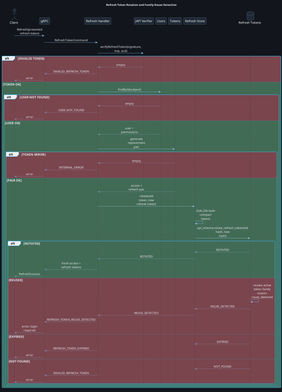
OODesigns/central-auth-service keeps this PlantUML diagram as design/authentication/RefreshRotation.png. Above is the earlier version.
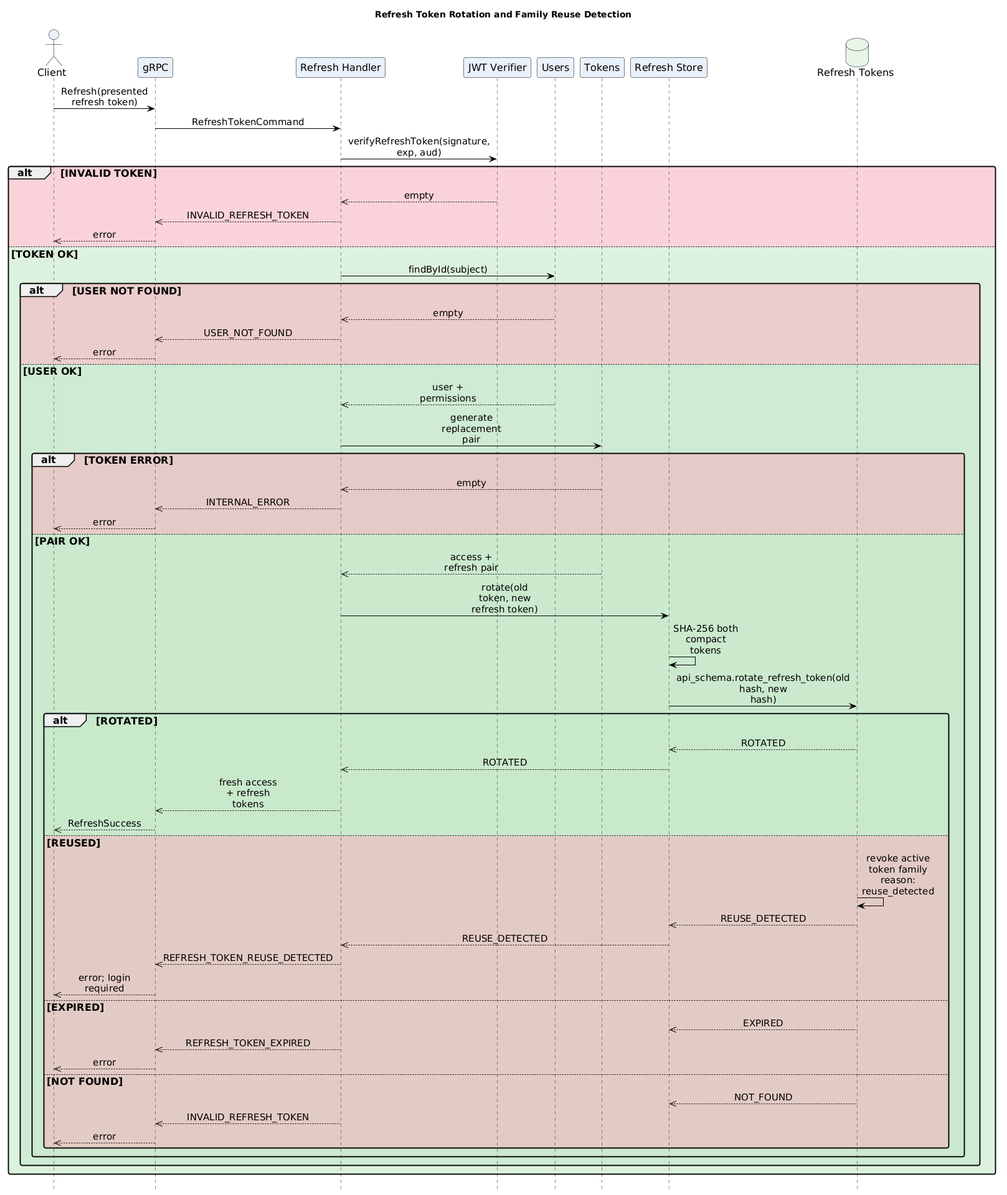
The same diagram one commit later.

The edit, as a diff of the source:
```diff
@@ -15,44 +15,44 @@
 Client -> Grpc: Refresh(presented refresh token)
 Grpc -> Handler: RefreshTokenCommand
 Handler -> Verifier: verifyRefreshToken(signature, exp, aud)
-alt #7a454d INVALID TOKEN
+alt #F3B6BE99 INVALID TOKEN
   Verifier -->> Handler: empty
   Handler -->> Grpc: INVALID_REFRESH_TOKEN
   Grpc -->> Client: error
-else #426b55 TOKEN OK
+else #C7E8C999 TOKEN OK
   Handler -> Users: findById(subject)
-  alt #7a454d USER NOT FOUND
+  alt #F3B6BE99 USER NOT FOUND
     Users -->> Handler: empty
     Handler -->> Grpc: USER_NOT_FOUND
     Grpc -->> Client: error
-  else #426b55 USER OK
+  else #C7E8C999 USER OK
     Users -->> Handler: user + permissions
     Handler -> Tokens: generate replacement pair
-    alt #7a454d TOKEN ERROR
+    alt #F3B6BE99 TOKEN ERROR
       Tokens -->> Handler: empty
       Handler -->> Grpc: INTERNAL_ERROR
       Grpc -->> Client: error
-    else #426b55 PAIR OK
+    else #C7E8C999 PAIR OK
       Tokens -->> Handler: access + refresh pair
       Handler -> Store: rotate(old token, new refresh token)
       Store -> Store: SHA-256 both compact tokens
       Store -> Db: api_schema.rotate_refresh_token(old hash, new hash)
-      alt #426b55 ROTATED
+      alt #C7E8C999 ROTATED
         Db -->> Store: ROTATED
         Store -->> Handler: ROTATED
         Handler -->> Grpc: fresh access + refresh tokens
         Grpc -->> Client: RefreshSuccess
-      else #7a454d REUSED
+      else #F3B6BE99 REUSED
         Db -> Db: revoke active token family\nreason: reuse_detected
         Db -->> Store: REUSE_DETECTED
         Store -->> Handler: REUSE_DETECTED
         Handler -->> Grpc: REFRESH_TOKEN_REUSE_DETECTED
         Grpc -->> Client: error; login required
-      else #7a454d EXPIRED
+      else #F3B6BE99 EXPIRED
         Db -->> Store: EXPIRED
         Handler -->> Grpc: REFRESH_TOKEN_EXPIRED
         Grpc -->> Client: error
-      else #7a454d NOT FOUND
+      else #F3B6BE99 NOT FOUND
         Db -->> Store: NOT_FOUND
         Handler -->> Grpc: INVALID_REFRESH_TOKEN
         Grpc -->> Client: error
```
